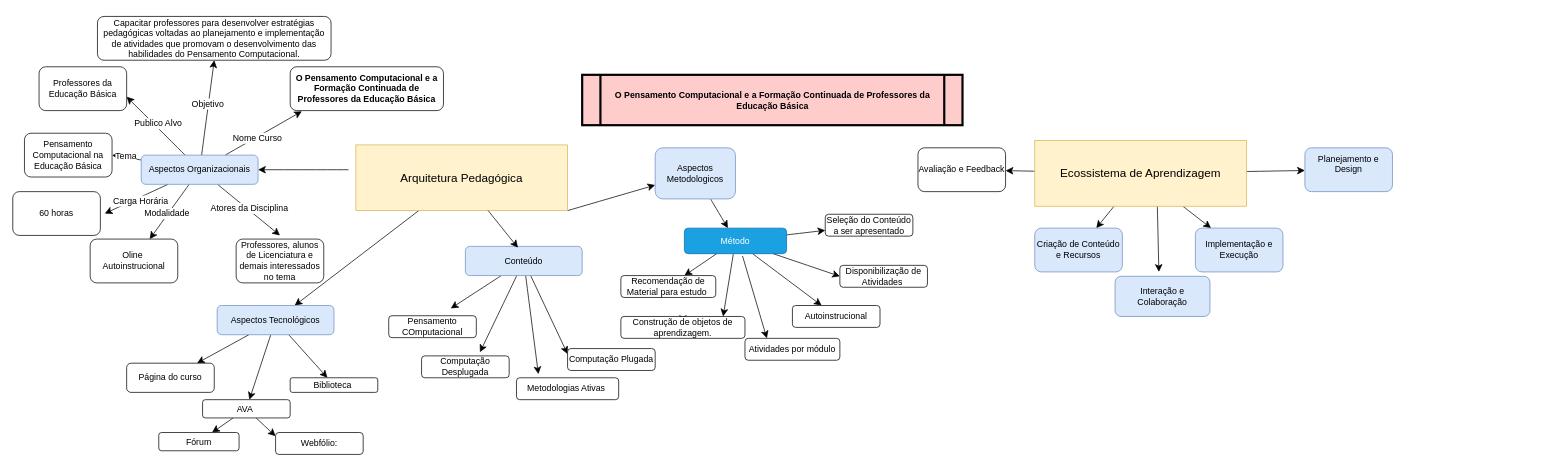
Earlier version of the draw.io diagram Desgner Formação.drawio (RosianeSangali/RosianeSangali). Source tidied: cells renumbered, new cells numbered last; positions are measured from the earlier drawing's top-left corner, leaving out a move shared by most shapes. Both pictures are drawn from the tidied source at 73%, with x=0, y=0 at pixel (12, 16).
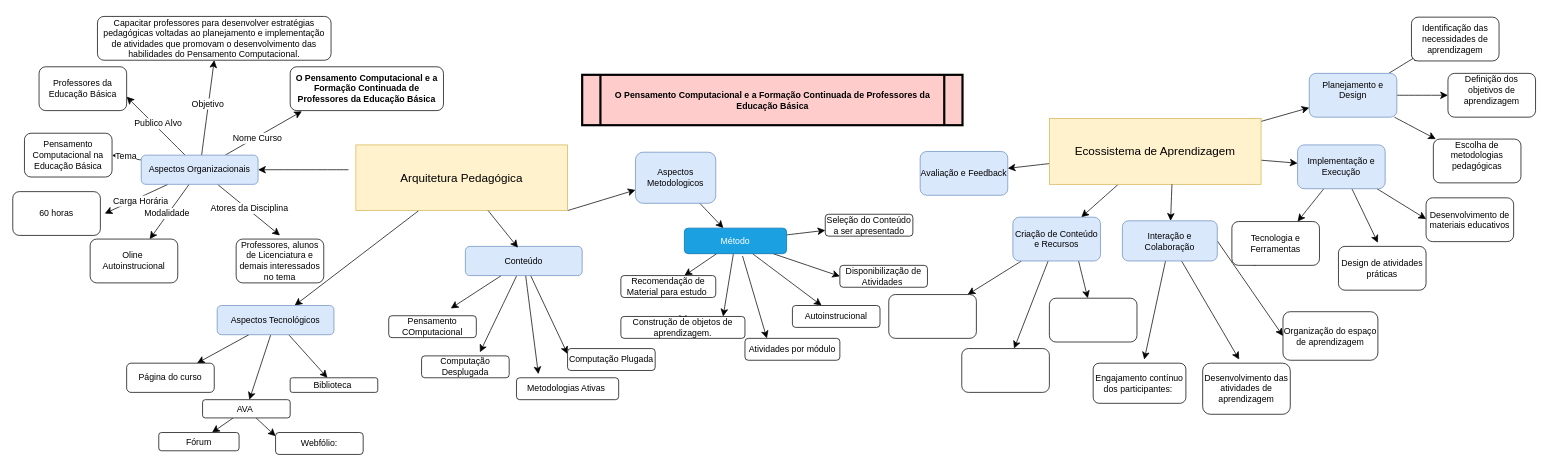
Above is the later version.

What changed in the source:
```diff
@@
-    <mxCell id="6" style="edgeStyle=none;curved=1;rounded=0;jettySize=auto;html=1;fontSize=12;startSize=8;endSize=8;exitX=0.579;exitY=1;exitDx=0;exitDy=0;exitPerimeter=0;" parent="1" edge="1" source="8">
-      <mxGeometry relative="1" as="geometry">
-        <mxPoint x="1570" y="350" as="targetPoint" />
-      </mxGeometry>
-    </mxCell>
@@
     <mxCell id="8" value="Ecossistema de Aprendizagem" style="text;strokeColor=#d6b656;fillColor=#fff2cc;html=1;align=center;verticalAlign=middle;whiteSpace=wrap;rounded=0;fontSize=16;" parent="1" vertex="1">
-      <mxGeometry x="1400" y="170" width="290" height="90" as="geometry" />
+      <mxGeometry x="1420" y="140" width="290" height="90" as="geometry" />
     </mxCell>
@@
     <mxCell id="14" value="Aspectos Metodologicos" style="rounded=1;whiteSpace=wrap;html=1;fillColor=#dae8fc;strokeColor=#6c8ebf;" parent="1" vertex="1">
-      <mxGeometry x="880" y="180" width="110" height="70" as="geometry" />
+      <mxGeometry x="853" y="186" width="110" height="70" as="geometry" />
     </mxCell>
@@
+    <mxCell id="78" style="edgeStyle=none;curved=1;rounded=0;jettySize=auto;html=1;fontSize=12;startSize=8;endSize=8;" parent="1" edge="1" source="73">
+      <mxGeometry relative="1" as="geometry">
+        <mxPoint x="1927.2" y="52" as="targetPoint" />
+      </mxGeometry>
+    </mxCell>
+    <mxCell id="79" style="edgeStyle=none;curved=1;rounded=0;jettySize=auto;html=1;fontSize=12;startSize=8;endSize=8;" parent="1" edge="1" source="73" target="91">
+      <mxGeometry relative="1" as="geometry" />
+    </mxCell>
+    <mxCell id="80" style="edgeStyle=none;curved=1;rounded=0;jettySize=auto;html=1;fontSize=12;startSize=8;endSize=8;" parent="1" edge="1" source="73" target="92">
+      <mxGeometry relative="1" as="geometry" />
+    </mxCell>
     <mxCell id="73" value="&#10;Planejamento e Design&#10;&#10;" style="rounded=1;whiteSpace=wrap;html=1;fillColor=#dae8fc;strokeColor=#6c8ebf;" parent="1" vertex="1">
-      <mxGeometry x="1770" y="180" width="120" height="60" as="geometry" />
+      <mxGeometry x="1776" y="78" width="120" height="60" as="geometry" />
     </mxCell>
+    <mxCell id="81" style="edgeStyle=none;curved=1;rounded=0;jettySize=auto;html=1;fontSize=12;startSize=8;endSize=8;exitX=0.75;exitY=1;exitDx=0;exitDy=0;" parent="1" edge="1" source="74" target="101">
+      <mxGeometry relative="1" as="geometry" />
+    </mxCell>
+    <mxCell id="82" style="edgeStyle=none;curved=1;rounded=0;jettySize=auto;html=1;fontSize=12;startSize=8;endSize=8;" parent="1" edge="1" source="74" target="102">
+      <mxGeometry relative="1" as="geometry" />
+    </mxCell>
+    <mxCell id="83" style="edgeStyle=none;curved=1;rounded=0;jettySize=auto;html=1;fontSize=12;startSize=8;endSize=8;" parent="1" edge="1" source="74" target="103">
+      <mxGeometry relative="1" as="geometry" />
+    </mxCell>
     <mxCell id="74" value="Criação de Conteúdo e Recursos" style="rounded=1;whiteSpace=wrap;html=1;fillColor=#dae8fc;strokeColor=#6c8ebf;" parent="1" vertex="1">
-      <mxGeometry x="1400" y="290" width="120" height="60" as="geometry" />
+      <mxGeometry x="1370" y="275" width="120" height="60" as="geometry" />
     </mxCell>
+    <mxCell id="84" style="edgeStyle=none;curved=1;rounded=0;jettySize=auto;html=1;fontSize=12;startSize=8;endSize=8;" parent="1" edge="1" source="75">
+      <mxGeometry relative="1" as="geometry">
+        <mxPoint x="1936" y="277.5" as="targetPoint" />
+      </mxGeometry>
+    </mxCell>
+    <mxCell id="85" style="edgeStyle=none;curved=1;rounded=0;jettySize=auto;html=1;fontSize=12;startSize=8;endSize=8;" parent="1" edge="1" source="75">
+      <mxGeometry relative="1" as="geometry">
+        <mxPoint x="1870" y="310" as="targetPoint" />
+      </mxGeometry>
+    </mxCell>
+    <mxCell id="86" style="edgeStyle=none;curved=1;rounded=0;jettySize=auto;html=1;entryX=0.75;entryY=0;entryDx=0;entryDy=0;fontSize=12;startSize=8;endSize=8;" parent="1" edge="1" source="75" target="97">
+      <mxGeometry relative="1" as="geometry" />
+    </mxCell>
     <mxCell id="75" value="Implementação e Execução" style="rounded=1;whiteSpace=wrap;html=1;fillColor=#dae8fc;strokeColor=#6c8ebf;" parent="1" vertex="1">
-      <mxGeometry x="1620" y="290" width="120" height="60" as="geometry" />
+      <mxGeometry x="1760" y="176" width="120" height="60" as="geometry" />
     </mxCell>
+    <mxCell id="87" style="edgeStyle=none;curved=1;rounded=0;jettySize=auto;html=1;entryX=0;entryY=0.5;entryDx=0;entryDy=0;fontSize=12;startSize=8;endSize=8;exitX=1;exitY=0.5;exitDx=0;exitDy=0;" parent="1" edge="1" source="76" target="98">
+      <mxGeometry relative="1" as="geometry" />
+    </mxCell>
+    <mxCell id="88" style="edgeStyle=none;curved=1;rounded=0;jettySize=auto;html=1;fontSize=12;startSize=8;endSize=8;" parent="1" edge="1" source="76">
+      <mxGeometry relative="1" as="geometry">
+        <mxPoint x="1680" y="470" as="targetPoint" />
+      </mxGeometry>
+    </mxCell>
+    <mxCell id="89" style="edgeStyle=none;curved=1;rounded=0;jettySize=auto;html=1;fontSize=12;startSize=8;endSize=8;" parent="1" edge="1" source="76">
+      <mxGeometry relative="1" as="geometry">
+        <mxPoint x="1550" y="470" as="targetPoint" />
+      </mxGeometry>
+    </mxCell>
+    <mxCell id="77" value="Avaliação e Feedback" style="rounded=1;whiteSpace=wrap;html=1;fillColor=#dae8fc;strokeColor=#6c8ebf;" parent="1" vertex="1">
+      <mxGeometry x="1243" y="185" width="120" height="60" as="geometry" />
+    </mxCell>
+    <mxCell id="90" value="&lt;br&gt;Identificação das necessidades de aprendizagem&lt;div&gt;&lt;br&gt;&lt;/div&gt;" style="rounded=1;whiteSpace=wrap;html=1;" parent="1" vertex="1">
+      <mxGeometry x="1916" y="1" width="120" height="60" as="geometry" />
+    </mxCell>
+    <mxCell id="91" value="&#10;Definição dos objetivos de aprendizagem&#10;&#10;" style="rounded=1;whiteSpace=wrap;html=1;" parent="1" vertex="1">
+      <mxGeometry x="1966" y="78" width="120" height="60" as="geometry" />
+    </mxCell>
+    <mxCell id="92" value="&#10;Escolha de metodologias pedagógicas&#10;&#10;" style="rounded=1;whiteSpace=wrap;html=1;" parent="1" vertex="1">
+      <mxGeometry x="1946" y="168" width="120" height="60" as="geometry" />
+    </mxCell>
+    <mxCell id="93" style="edgeStyle=none;curved=1;rounded=0;orthogonalLoop=1;jettySize=auto;html=1;exitX=0.25;exitY=1;exitDx=0;exitDy=0;fontSize=12;startSize=8;endSize=8;" parent="1" edge="1" source="75" target="75">
+      <mxGeometry relative="1" as="geometry" />
+    </mxCell>
+    <mxCell id="94" value="Desenvolvimento de materiais educativos" style="rounded=1;whiteSpace=wrap;html=1;" parent="1" vertex="1">
+      <mxGeometry x="1936" y="248.5" width="120" height="60" as="geometry" />
+    </mxCell>
+    <mxCell id="95" value="Design de atividades práticas" style="rounded=1;whiteSpace=wrap;html=1;" parent="1" vertex="1">
+      <mxGeometry x="1816" y="315" width="120" height="60" as="geometry" />
+    </mxCell>
+    <mxCell id="96" style="edgeStyle=none;curved=1;rounded=0;jettySize=auto;html=1;exitX=0.25;exitY=1;exitDx=0;exitDy=0;fontSize=12;startSize=8;endSize=8;" parent="1" edge="1" source="97">
+      <mxGeometry relative="1" as="geometry">
+        <mxPoint x="1730" y="330" as="targetPoint" />
+      </mxGeometry>
+    </mxCell>
+    <mxCell id="97" value="Tecnologia e Ferramentas" style="rounded=1;whiteSpace=wrap;html=1;" parent="1" vertex="1">
+      <mxGeometry x="1670" y="281" width="120" height="60" as="geometry" />
+    </mxCell>
+    <mxCell id="98" value="Organização do espaço de aprendizagem" style="rounded=1;whiteSpace=wrap;html=1;" parent="1" vertex="1">
+      <mxGeometry x="1740" y="404.5" width="130" height="66.5" as="geometry" />
+    </mxCell>
+    <mxCell id="99" value="Desenvolvimento das atividades de aprendizagem" style="rounded=1;whiteSpace=wrap;html=1;" parent="1" vertex="1">
+      <mxGeometry x="1630" y="475" width="120" height="70" as="geometry" />
+    </mxCell>
+    <mxCell id="100" value="Engajamento contínuo dos participantes:&amp;nbsp;" style="rounded=1;whiteSpace=wrap;html=1;" parent="1" vertex="1">
+      <mxGeometry x="1480" y="475" width="127" height="55" as="geometry" />
+    </mxCell>
+    <mxCell id="101" style="rounded=1;whiteSpace=wrap;html=1;" parent="1" vertex="1">
+      <mxGeometry x="1420" y="386" width="120" height="60" as="geometry" />
+    </mxCell>
+    <mxCell id="102" style="rounded=1;whiteSpace=wrap;html=1;" parent="1" vertex="1">
+      <mxGeometry x="1200" y="381" width="120" height="60" as="geometry" />
+    </mxCell>
+    <mxCell id="103" style="rounded=1;whiteSpace=wrap;html=1;" parent="1" vertex="1">
+      <mxGeometry x="1300" y="455" width="120" height="60" as="geometry" />
+    </mxCell>
+    <mxCell id="104" style="edgeStyle=none;curved=1;rounded=0;jettySize=auto;html=1;fontSize=12;startSize=8;endSize=8;exitX=0.579;exitY=1;exitDx=0;exitDy=0;exitPerimeter=0;" parent="1" edge="1" source="8" target="76">
+      <mxGeometry relative="1" as="geometry" />
+    </mxCell>
     <mxCell id="76" value="Interação e Colaboração" style="rounded=1;whiteSpace=wrap;html=1;fillColor=#dae8fc;strokeColor=#6c8ebf;" parent="1" vertex="1">
-      <mxGeometry x="1510" y="356" width="130" height="55" as="geometry" />
+      <mxGeometry x="1520" y="280" width="130" height="55" as="geometry" />
     </mxCell>
-    <mxCell id="77" value="Avaliação e Feedback" style="rounded=1;whiteSpace=wrap;html=1;" parent="1" vertex="1">
-      <mxGeometry x="1240" y="180" width="120" height="60" as="geometry" />
-    </mxCell>
```
